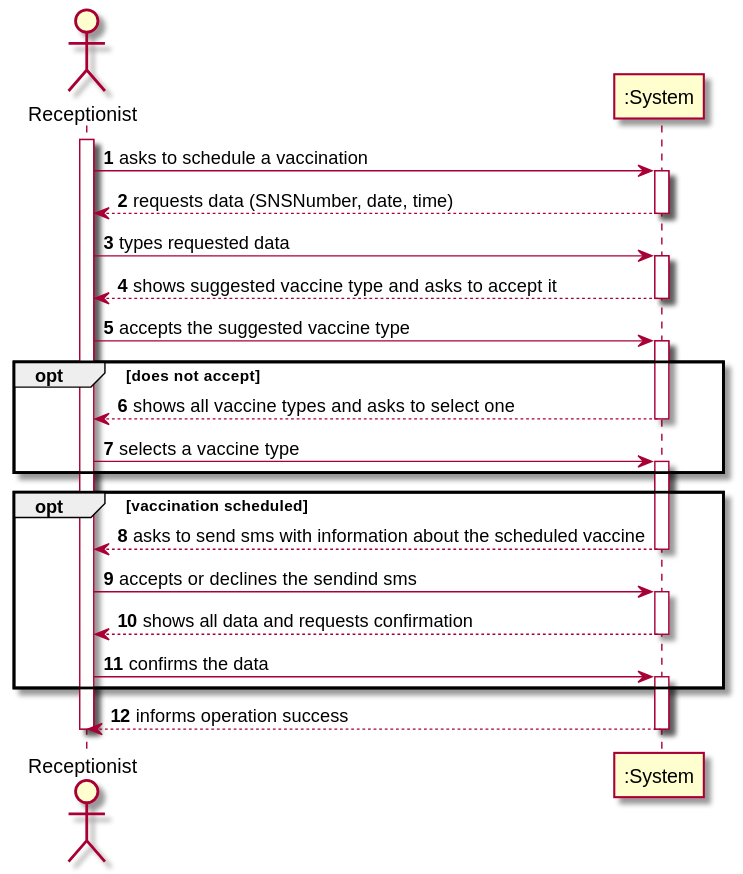
Before: docs/SprintC/US02/SSD/US02_SSD.svg, a diagram exported from PlantUML (miseEnPlace-i/lapr2).
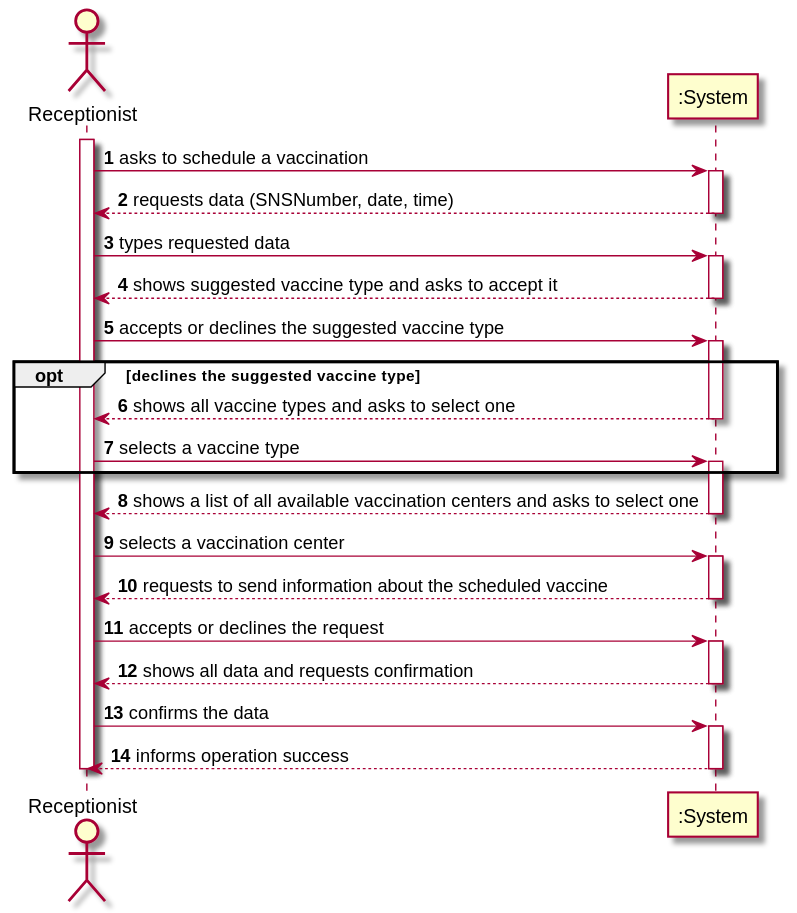
After the change.

Diff of the diagram source:
```diff
@@ -12,27 +12,31 @@
 
 ":System" --> Recept : shows suggested vaccine type and asks to accept it
 deactivate ":System"
-Recept -> ":System" : accepts the suggested vaccine type
+Recept -> ":System" : accepts or declines the suggested vaccine type
 activate ":System"
 
-opt does not accept
+opt declines the suggested vaccine type
 ":System" --> Recept : shows all vaccine types and asks to select one
 deactivate ":System"
 Recept -> ":System" : selects a vaccine type
 activate ":System"
 end
 
-opt vaccination scheduled
-":System" --> Recept : asks to send sms with information about the scheduled vaccine
+":System" --> Recept: shows a list of all available vaccination centers and asks to select one
 deactivate ":System"
-Recept -> ":System" : accepts or declines the sendind sms
+Recept -> ":System" : selects a vaccination center
+activate ":System"
+
+":System" --> Recept : requests to send information about the scheduled vaccine
+deactivate ":System"
+Recept -> ":System" : accepts or declines the request
 activate ":System"
 
 ":System" --> Recept : shows all data and requests confirmation
 deactivate ":System"
 Recept -> ":System" : confirms the data
 activate ":System"
-end
+
 ":System" --> Recept : informs operation success
 deactivate ":System"
 
```
